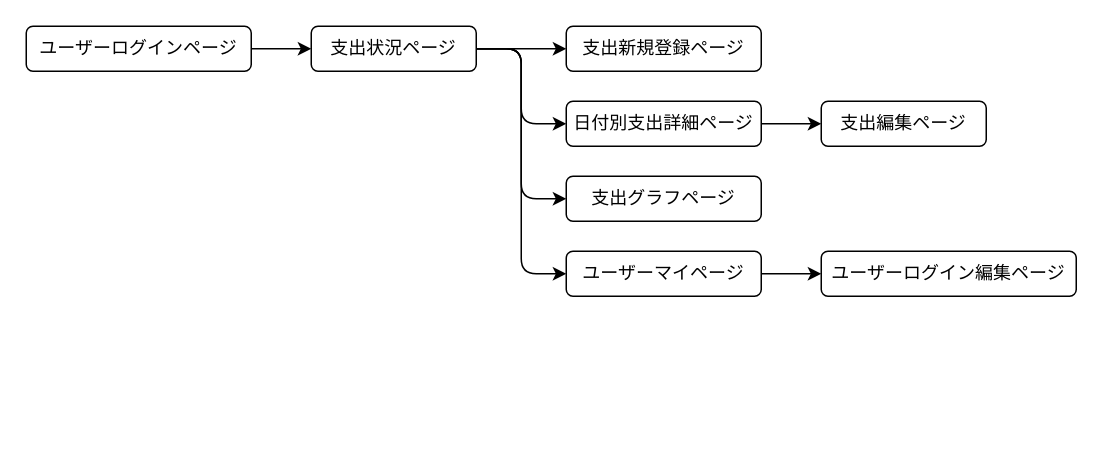
Before: my_ecopla_STD.dio in Yuya7124/my_ecopla, a draw.io diagram. Source tidied: cells renumbered, new cells numbered last; positions are measured from the earlier drawing's top-left corner, leaving out a move shared by most shapes. Both pictures are drawn from the tidied source at 150%, with x=0, y=0 at pixel (26, 26).
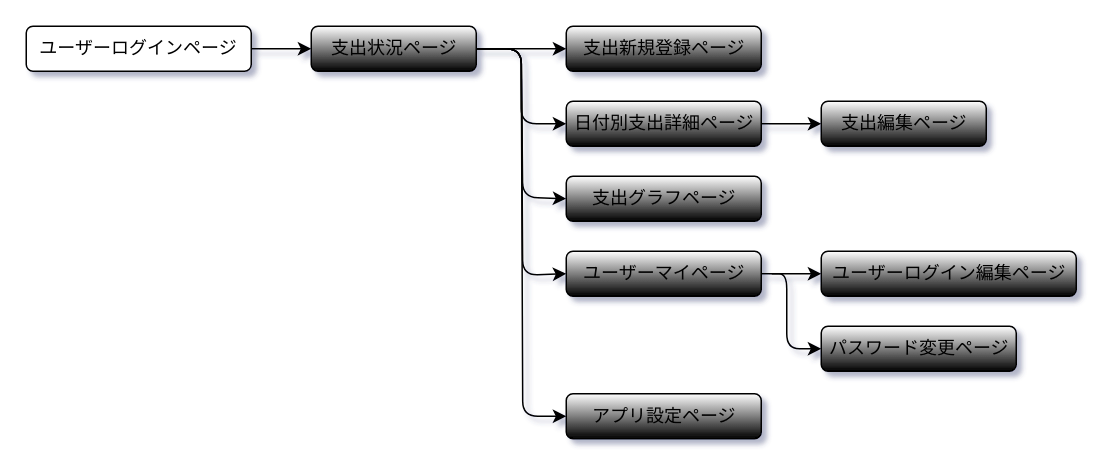
After the change.

Commit message (it also covers changes not shown here):
画面遷移図の編集と、数値アニメーションの仮実装

Diff of the diagram source:
```diff
@@
-<mxGraphModel>
+<mxGraphModel background="#ffffff" shadow="1">
@@
-    <mxCell id="2" style="edgeStyle=none;html=1;exitX=1;exitY=0.5;exitDx=0;exitDy=0;entryX=0;entryY=0.5;entryDx=0;entryDy=0;" parent="1" edge="1" source="3" target="8">
+    <mxCell id="2" style="edgeStyle=none;html=1;exitX=1;exitY=0.5;exitDx=0;exitDy=0;entryX=0;entryY=0.5;entryDx=0;entryDy=0;strokeColor=#000000;" parent="1" edge="1" source="3" target="8">
       <mxGeometry relative="1" as="geometry" />
     </mxCell>
-    <mxCell id="3" value="ユーザーログインページ" style="rounded=1;whiteSpace=wrap;html=1;" parent="1" vertex="1">
+    <mxCell id="3" value="ユーザーログインページ" style="rounded=1;whiteSpace=wrap;html=1;fillColor=#FFFFFF;gradientColor=none;fontColor=#000000;strokeColor=#000000;" parent="1" vertex="1">
       <mxGeometry width="150" height="30" as="geometry" />
     </mxCell>
-    <mxCell id="4" style="edgeStyle=none;html=1;" parent="1" edge="1" source="8" target="9">
+    <mxCell id="4" style="edgeStyle=none;html=1;strokeColor=#000000;" parent="1" edge="1" source="8" target="9">
       <mxGeometry relative="1" as="geometry">
         <Array as="points">
           <mxPoint x="340" y="15" />
         </Array>
       </mxGeometry>
     </mxCell>
-    <mxCell id="5" style="edgeStyle=none;html=1;entryX=0;entryY=0.5;entryDx=0;entryDy=0;" parent="1" edge="1" source="8">
+    <mxCell id="5" style="edgeStyle=none;html=1;entryX=0;entryY=0.5;entryDx=0;entryDy=0;strokeColor=#000000;" parent="1" edge="1" source="8">
       <mxGeometry relative="1" as="geometry">
         <mxPoint x="360" y="65" as="targetPoint" />
         <Array as="points">
           <mxPoint x="330" y="15" />
           <mxPoint x="330" y="65" />
         </Array>
       </mxGeometry>
     </mxCell>
-    <mxCell id="6" style="edgeStyle=none;html=1;entryX=0;entryY=0.5;entryDx=0;entryDy=0;" parent="1" edge="1" source="8" target="13">
+    <mxCell id="6" style="edgeStyle=none;html=1;entryX=0;entryY=0.5;entryDx=0;entryDy=0;strokeColor=#000000;" parent="1" edge="1" source="8" target="13">
       <mxGeometry relative="1" as="geometry">
         <Array as="points">
           <mxPoint x="330" y="15" />
-          <mxPoint x="330" y="115" />
+          <mxPoint x="331" y="114" />
         </Array>
       </mxGeometry>
     </mxCell>
-    <mxCell id="7" style="edgeStyle=none;html=1;exitX=1;exitY=0.5;exitDx=0;exitDy=0;entryX=0;entryY=0.5;entryDx=0;entryDy=0;" parent="1" edge="1" source="8">
+    <mxCell id="7" style="edgeStyle=none;html=1;exitX=1;exitY=0.5;exitDx=0;exitDy=0;entryX=0;entryY=0.5;entryDx=0;entryDy=0;strokeColor=#000000;" parent="1" edge="1" source="8">
       <mxGeometry relative="1" as="geometry">
         <mxPoint x="360" y="165" as="targetPoint" />
         <Array as="points">
           <mxPoint x="330" y="15" />
-          <mxPoint x="330" y="165" />
+          <mxPoint x="331" y="166" />
         </Array>
       </mxGeometry>
     </mxCell>
+    <mxCell id="17" style="edgeStyle=none;html=1;entryX=0;entryY=0.5;entryDx=0;entryDy=0;strokeColor=#000000;fontColor=#000000;" parent="1" edge="1">
+      <mxGeometry relative="1" as="geometry">
+        <mxPoint x="300" y="15" as="sourcePoint" />
+        <mxPoint x="360" y="260" as="targetPoint" />
+        <Array as="points">
+          <mxPoint x="330" y="15" />
+          <mxPoint x="331" y="260" />
+        </Array>
+      </mxGeometry>
+    </mxCell>
-    <mxCell id="8" value="支出状況ページ" style="rounded=1;whiteSpace=wrap;html=1;" parent="1" vertex="1">
+    <mxCell id="8" value="支出状況ページ" style="rounded=1;html=1;strokeColor=#000000;gradientColor=default;fillColor=#FFFFFF;fontColor=#000000;" parent="1" vertex="1">
       <mxGeometry x="190" width="110" height="30" as="geometry" />
     </mxCell>
-    <mxCell id="9" value="支出新規登録ページ" style="rounded=1;whiteSpace=wrap;html=1;" parent="1" vertex="1">
+    <mxCell id="9" value="支出新規登録ページ" style="rounded=1;html=1;strokeColor=#000000;gradientColor=default;fillColor=#FFFFFF;fontColor=#000000;" parent="1" vertex="1">
       <mxGeometry x="360" width="130" height="30" as="geometry" />
     </mxCell>
-    <mxCell id="10" value="支出編集ページ" style="rounded=1;whiteSpace=wrap;html=1;" parent="1" vertex="1">
+    <mxCell id="10" value="支出編集ページ" style="rounded=1;html=1;strokeColor=#000000;gradientColor=default;fillColor=#FFFFFF;fontColor=#000000;" parent="1" vertex="1">
       <mxGeometry x="530" y="50" width="110" height="30" as="geometry" />
     </mxCell>
-    <mxCell id="11" style="edgeStyle=none;html=1;exitX=1;exitY=0.5;exitDx=0;exitDy=0;entryX=0;entryY=0.5;entryDx=0;entryDy=0;" parent="1" edge="1" source="12" target="10">
+    <mxCell id="11" style="edgeStyle=none;html=1;exitX=1;exitY=0.5;exitDx=0;exitDy=0;entryX=0;entryY=0.5;entryDx=0;entryDy=0;strokeColor=#000000;" parent="1" edge="1" source="12" target="10">
       <mxGeometry relative="1" as="geometry" />
     </mxCell>
-    <mxCell id="12" value="日付別支出詳細ページ" style="rounded=1;whiteSpace=wrap;html=1;" parent="1" vertex="1">
+    <mxCell id="12" value="日付別支出詳細ページ" style="rounded=1;html=1;strokeColor=#000000;gradientColor=default;fillColor=#FFFFFF;fontColor=#000000;" parent="1" vertex="1">
       <mxGeometry x="360" y="50" width="130" height="30" as="geometry" />
     </mxCell>
-    <mxCell id="13" value="支出グラフページ" style="rounded=1;whiteSpace=wrap;html=1;" parent="1" vertex="1">
+    <mxCell id="13" value="支出グラフページ" style="rounded=1;html=1;strokeColor=#000000;gradientColor=default;fillColor=#FFFFFF;fontColor=#000000;" parent="1" vertex="1">
       <mxGeometry x="360" y="100" width="130" height="30" as="geometry" />
     </mxCell>
-    <mxCell id="14" style="edgeStyle=none;html=1;exitX=1;exitY=0.5;exitDx=0;exitDy=0;entryX=0;entryY=0.5;entryDx=0;entryDy=0;" parent="1" edge="1" source="15" target="16">
+    <mxCell id="14" style="edgeStyle=none;html=1;exitX=1;exitY=0.5;exitDx=0;exitDy=0;entryX=0;entryY=0.5;entryDx=0;entryDy=0;strokeColor=#000000;" parent="1" edge="1" source="15" target="16">
       <mxGeometry relative="1" as="geometry" />
     </mxCell>
+    <mxCell id="18" style="edgeStyle=none;html=1;entryX=0;entryY=0.5;entryDx=0;entryDy=0;strokeColor=#000000;" parent="1" edge="1" target="19">
+      <mxGeometry relative="1" as="geometry">
+        <mxPoint x="497" y="165" as="sourcePoint" />
+        <Array as="points">
+          <mxPoint x="507" y="165" />
+          <mxPoint x="507" y="215" />
+        </Array>
+      </mxGeometry>
+    </mxCell>
-    <mxCell id="15" value="ユーザーマイページ" style="rounded=1;whiteSpace=wrap;html=1;" parent="1" vertex="1">
+    <mxCell id="15" value="ユーザーマイページ" style="rounded=1;html=1;strokeColor=#000000;gradientColor=default;fillColor=#FFFFFF;fontColor=#000000;" parent="1" vertex="1">
       <mxGeometry x="360" y="150" width="130" height="30" as="geometry" />
     </mxCell>
-    <mxCell id="16" value="ユーザーログイン編集ページ" style="rounded=1;whiteSpace=wrap;html=1;" parent="1" vertex="1">
+    <mxCell id="16" value="ユーザーログイン編集ページ" style="rounded=1;html=1;strokeColor=#000000;gradientColor=default;fillColor=#FFFFFF;fontColor=#000000;" parent="1" vertex="1">
       <mxGeometry x="530" y="150" width="170" height="30" as="geometry" />
     </mxCell>
+    <mxCell id="19" value="パスワード変更ページ" style="rounded=1;html=1;strokeColor=#000000;gradientColor=default;fillColor=#FFFFFF;fontColor=#000000;" parent="1" vertex="1">
+      <mxGeometry x="530" y="200" width="130" height="30" as="geometry" />
+    </mxCell>
+    <mxCell id="20" value="アプリ設定ページ" style="rounded=1;html=1;strokeColor=#000000;gradientColor=default;fillColor=#FFFFFF;fontColor=#000000;" parent="1" vertex="1">
+      <mxGeometry x="360" y="245" width="130" height="30" as="geometry" />
+    </mxCell>
```
